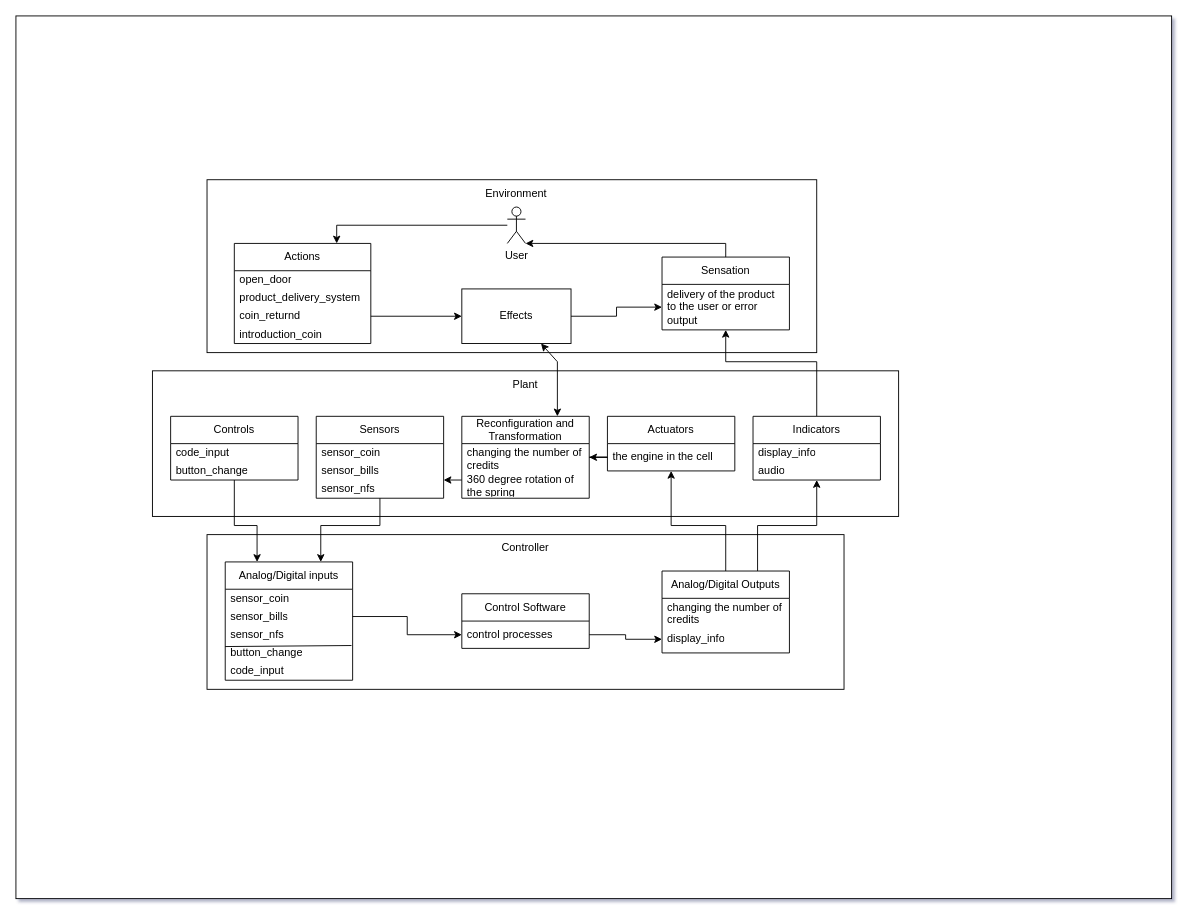
Earlier version of the draw.io diagram Диаграмма без названия.drawio (EmelyanovAlexey/Artificial_intelligence). Source tidied: cells renumbered, new cells numbered last; positions are measured from the earlier drawing's top-left corner, leaving out a move shared by most shapes. Both pictures are drawn from the tidied source at 91%, with x=0, y=0 at pixel (15, 15).
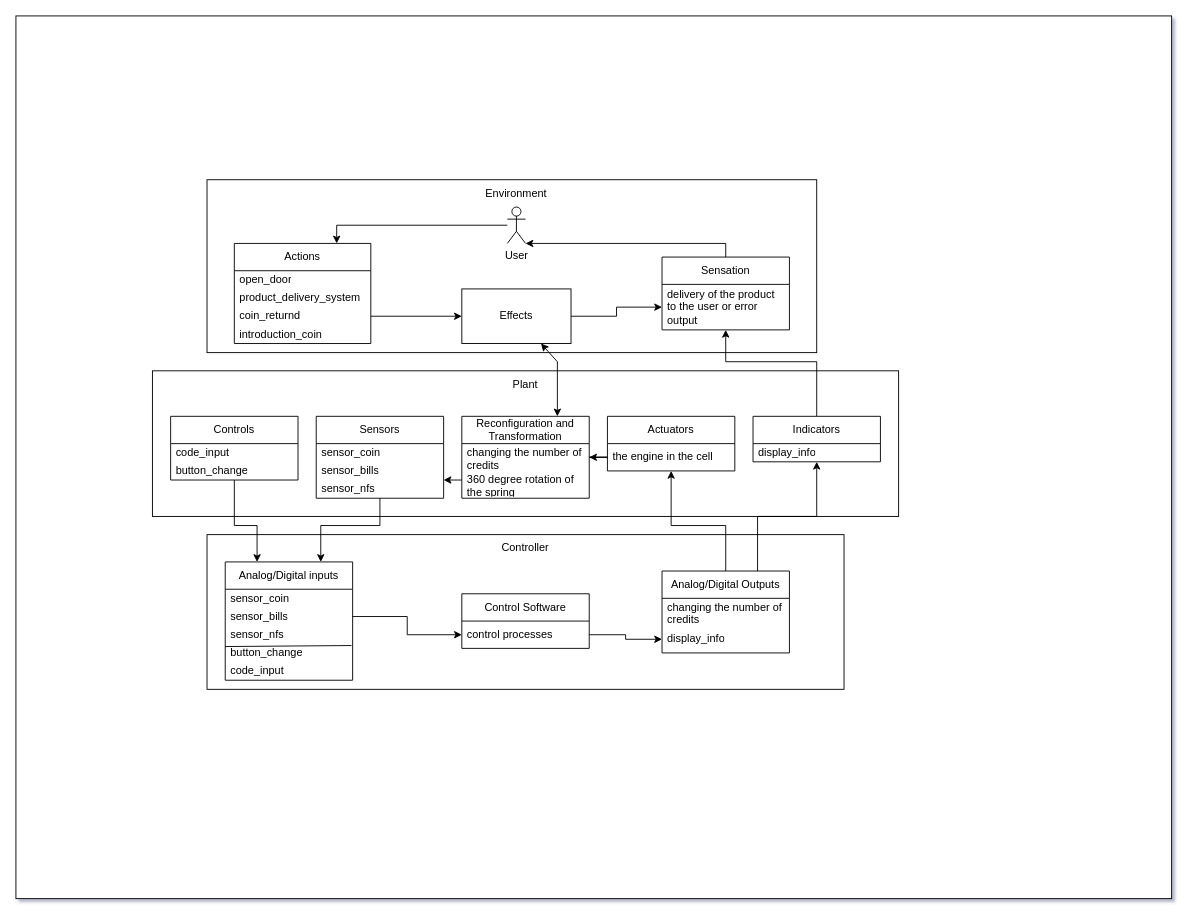
The same page after the edit.

What changed in the source:
```diff
@@
     <mxCell id="50" value="Indicators" style="swimlane;fontStyle=0;horizontal=1;startSize=30;whiteSpace=wrap;html=1;" parent="1" vertex="1">
-      <mxGeometry x="810" y="440" width="140" height="70" as="geometry" />
+      <mxGeometry x="810" y="440" width="140" height="50" as="geometry" />
     </mxCell>
@@
-    <mxCell id="52" value="audio" style="text;strokeColor=none;fillColor=none;align=left;verticalAlign=middle;spacingLeft=4;spacingRight=4;overflow=hidden;whiteSpace=wrap;html=1;" parent="50" vertex="1">
-      <mxGeometry y="50" width="140" height="20" as="geometry" />
-    </mxCell>
```
